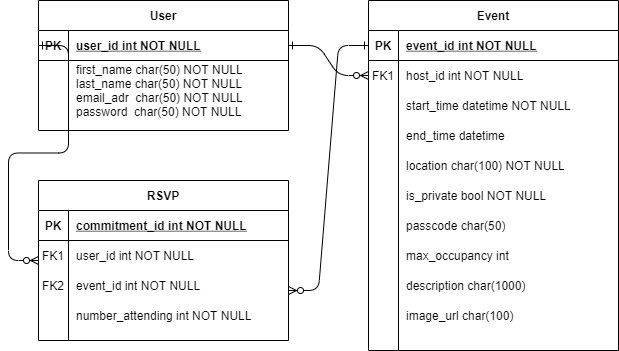
Above: docs/Entity Relationship Diagram.png in bentondavidl/Software-Engineering-MeetUp-Website (draw.io), before the change. Source tidied: cells renumbered, new cells last; positions are measured from the earlier drawing's top-left corner, leaving out a move shared by most shapes.
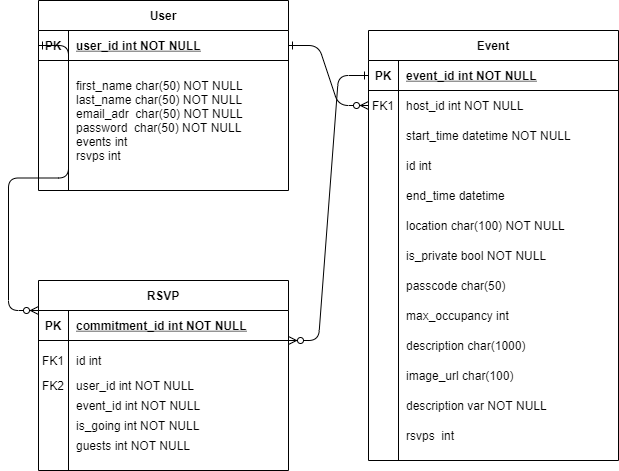
The same file after the commit.

The edit, as a diff of the source:
```diff
@@ -2,19 +2,19 @@
   <root>
     <mxCell id="0" />
     <mxCell id="1" parent="0" />
-    <mxCell id="2" style="edgeStyle=entityRelationEdgeStyle;endArrow=ERzeroToMany;startArrow=ERone;endFill=1;startFill=0;" parent="1" edge="1" source="14" target="7">
-      <mxGeometry relative="1" as="geometry" />
-    </mxCell>
+    <mxCell id="49" style="edgeStyle=entityRelationEdgeStyle;endArrow=ERzeroToMany;startArrow=ERone;endFill=1;startFill=0;" parent="1" edge="1" source="53" target="7">
+      <mxGeometry relative="1" as="geometry" />
+    </mxCell>
     <mxCell id="3" value="Event" style="shape=table;startSize=30;rowLines=0;fontStyle=1;align=center;" parent="1" vertex="1">
-      <mxGeometry x="330" width="250" height="350" as="geometry" />
+      <mxGeometry x="290" y="-70" width="250" height="430" as="geometry" />
     </mxCell>
-    <mxCell id="4" style="shape=partialRectangle;fillColor=none;points=[[0,0.5],[1,0.5]];portConstraint=eastwest;top=0;left=0;right=0;bottom=1;" parent="3" vertex="1">
-      <mxGeometry y="30" width="250" height="30" as="geometry" />
-    </mxCell>
-    <mxCell id="5" value="PK" style="shape=partialRectangle;overflow=hidden;fillColor=none;top=0;left=0;bottom=0;right=0;fontStyle=1;" parent="4" vertex="1">
-      <mxGeometry width="30" height="30" as="geometry" />
-    </mxCell>
+    <mxCell id="50" style="shape=partialRectangle;fillColor=none;points=[[0,0.5],[1,0.5]];portConstraint=eastwest;top=0;left=0;right=0;bottom=1;" parent="3" vertex="1">
+      <mxGeometry y="30" width="250" height="30" as="geometry" />
+    </mxCell>
+    <mxCell id="51" value="PK" style="shape=partialRectangle;overflow=hidden;fillColor=none;top=0;left=0;bottom=0;right=0;fontStyle=1;" parent="50" vertex="1">
+      <mxGeometry width="30" height="30" as="geometry" />
+    </mxCell>
-    <mxCell id="6" value="event_id int NOT NULL " style="shape=partialRectangle;overflow=hidden;fillColor=none;top=0;left=0;bottom=0;right=0;align=left;spacingLeft=6;fontStyle=5;" parent="4" vertex="1">
+    <mxCell id="6" value="event_id int NOT NULL " style="shape=partialRectangle;overflow=hidden;fillColor=none;top=0;left=0;bottom=0;right=0;align=left;spacingLeft=6;fontStyle=5;" parent="50" vertex="1">
       <mxGeometry x="30" width="220" height="30" as="geometry" />
     </mxCell>
     <mxCell id="7" style="shape=partialRectangle;fillColor=none;points=[[0,0.5],[1,0.5]];portConstraint=eastwest;top=0;left=0;right=0;bottom=0;" parent="3" vertex="1">
@@ -29,123 +29,141 @@
     <mxCell id="10" style="shape=partialRectangle;fillColor=none;top=0;left=0;right=0;bottom=0;" parent="3" vertex="1">
       <mxGeometry y="90" width="250" height="30" as="geometry" />
     </mxCell>
-    <mxCell id="11" style="shape=partialRectangle;overflow=hidden;fillColor=none;top=0;left=0;bottom=0;right=0;" parent="10" vertex="1">
-      <mxGeometry width="30" height="30" as="geometry" />
-    </mxCell>
+    <mxCell id="52" style="shape=partialRectangle;overflow=hidden;fillColor=none;top=0;left=0;bottom=0;right=0;" parent="10" vertex="1">
+      <mxGeometry width="30" height="30" as="geometry" />
+    </mxCell>
     <mxCell id="12" value="start_time datetime NOT NULL" style="shape=partialRectangle;overflow=hidden;fillColor=none;top=0;left=0;bottom=0;right=0;align=left;spacingLeft=6;" parent="10" vertex="1">
       <mxGeometry x="30" width="220" height="30" as="geometry" />
     </mxCell>
     <mxCell id="13" value="User" style="shape=table;startSize=30;rowLines=0;fontStyle=1;align=center;" parent="1" vertex="1">
-      <mxGeometry width="250" height="130" as="geometry" />
+      <mxGeometry x="-40" y="-100" width="250" height="190" as="geometry" />
     </mxCell>
-    <mxCell id="14" style="shape=partialRectangle;fillColor=none;points=[[0,0.5],[1,0.5]];portConstraint=eastwest;top=0;left=0;right=0;bottom=1;" parent="13" vertex="1">
-      <mxGeometry y="30" width="250" height="30" as="geometry" />
-    </mxCell>
-    <mxCell id="15" value="PK" style="shape=partialRectangle;overflow=hidden;fillColor=none;top=0;left=0;bottom=0;right=0;fontStyle=1;" parent="14" vertex="1">
-      <mxGeometry width="30" height="30" as="geometry" />
-    </mxCell>
+    <mxCell id="53" style="shape=partialRectangle;fillColor=none;points=[[0,0.5],[1,0.5]];portConstraint=eastwest;top=0;left=0;right=0;bottom=1;" parent="13" vertex="1">
+      <mxGeometry y="30" width="250" height="30" as="geometry" />
+    </mxCell>
+    <mxCell id="54" value="PK" style="shape=partialRectangle;overflow=hidden;fillColor=none;top=0;left=0;bottom=0;right=0;fontStyle=1;" parent="53" vertex="1">
+      <mxGeometry width="30" height="30" as="geometry" />
+    </mxCell>
-    <mxCell id="16" value="user_id int NOT NULL " style="shape=partialRectangle;overflow=hidden;fillColor=none;top=0;left=0;bottom=0;right=0;align=left;spacingLeft=6;fontStyle=5;" parent="14" vertex="1">
+    <mxCell id="16" value="user_id int NOT NULL " style="shape=partialRectangle;overflow=hidden;fillColor=none;top=0;left=0;bottom=0;right=0;align=left;spacingLeft=6;fontStyle=5;" parent="53" vertex="1">
       <mxGeometry x="30" width="220" height="30" as="geometry" />
     </mxCell>
-    <mxCell id="17" style="shape=partialRectangle;fillColor=none;top=0;left=0;right=0;bottom=0;" parent="13" vertex="1">
-      <mxGeometry y="60" width="250" height="60" as="geometry" />
-    </mxCell>
-    <mxCell id="18" style="shape=partialRectangle;overflow=hidden;fillColor=none;top=0;left=0;bottom=0;right=0;" parent="17" vertex="1">
-      <mxGeometry width="30" height="60" as="geometry" />
-    </mxCell>
-    <mxCell id="19" value="first_name char(50) NOT NULL&#10;last_name char(50) NOT NULL&#10;email_adr  char(50) NOT NULL&#10;password  char(50) NOT NULL" style="shape=partialRectangle;overflow=hidden;fillColor=none;top=0;left=0;bottom=0;right=0;align=left;spacingLeft=6;" parent="17" vertex="1">
-      <mxGeometry x="30" width="220" height="60" as="geometry" />
-    </mxCell>
-    <mxCell id="20" style="shape=partialRectangle;fillColor=none;top=0;left=0;right=0;bottom=0;" parent="1" vertex="1">
-      <mxGeometry x="330" y="120" width="250" height="30" as="geometry" />
-    </mxCell>
-    <mxCell id="21" style="shape=partialRectangle;overflow=hidden;fillColor=none;top=0;left=0;bottom=0;right=0;" parent="20" vertex="1">
-      <mxGeometry width="30" height="30" as="geometry" />
-    </mxCell>
+    <mxCell id="55" style="shape=partialRectangle;fillColor=none;top=0;left=0;right=0;bottom=0;" parent="13" vertex="1">
+      <mxGeometry y="60" width="250" height="120" as="geometry" />
+    </mxCell>
+    <mxCell id="56" style="shape=partialRectangle;overflow=hidden;fillColor=none;top=0;left=0;bottom=0;right=0;" parent="55" vertex="1">
+      <mxGeometry width="30" height="120" as="geometry" />
+    </mxCell>
+    <mxCell id="57" value="first_name char(50) NOT NULL&#10;last_name char(50) NOT NULL&#10;email_adr  char(50) NOT NULL&#10;password  char(50) NOT NULL&#10;events int&#10;rsvps int" style="shape=partialRectangle;overflow=hidden;fillColor=none;top=0;left=0;bottom=0;right=0;align=left;spacingLeft=6;" parent="55" vertex="1">
+      <mxGeometry x="30" width="220" height="120" as="geometry" />
+    </mxCell>
+    <mxCell id="58" style="shape=partialRectangle;fillColor=none;top=0;left=0;right=0;bottom=0;" parent="1" vertex="1">
+      <mxGeometry x="290" y="80" width="250" height="30" as="geometry" />
+    </mxCell>
+    <mxCell id="59" style="shape=partialRectangle;overflow=hidden;fillColor=none;top=0;left=0;bottom=0;right=0;" parent="58" vertex="1">
+      <mxGeometry width="30" height="30" as="geometry" />
+    </mxCell>
-    <mxCell id="22" value="end_time datetime" style="shape=partialRectangle;overflow=hidden;fillColor=none;top=0;left=0;bottom=0;right=0;align=left;spacingLeft=6;" parent="20" vertex="1">
+    <mxCell id="22" value="end_time datetime" style="shape=partialRectangle;overflow=hidden;fillColor=none;top=0;left=0;bottom=0;right=0;align=left;spacingLeft=6;" parent="58" vertex="1">
       <mxGeometry x="30" width="220" height="30" as="geometry" />
     </mxCell>
-    <mxCell id="23" style="shape=partialRectangle;fillColor=none;top=0;left=0;right=0;bottom=0;" parent="1" vertex="1">
-      <mxGeometry x="330" y="150" width="250" height="30" as="geometry" />
-    </mxCell>
-    <mxCell id="24" style="shape=partialRectangle;overflow=hidden;fillColor=none;top=0;left=0;bottom=0;right=0;" parent="23" vertex="1">
-      <mxGeometry width="30" height="30" as="geometry" />
-    </mxCell>
+    <mxCell id="60" style="shape=partialRectangle;fillColor=none;top=0;left=0;right=0;bottom=0;" parent="1" vertex="1">
+      <mxGeometry x="290" y="110" width="250" height="30" as="geometry" />
+    </mxCell>
+    <mxCell id="61" style="shape=partialRectangle;overflow=hidden;fillColor=none;top=0;left=0;bottom=0;right=0;" parent="60" vertex="1">
+      <mxGeometry width="30" height="30" as="geometry" />
+    </mxCell>
-    <mxCell id="25" value="location char(100) NOT NULL" style="shape=partialRectangle;overflow=hidden;fillColor=none;top=0;left=0;bottom=0;right=0;align=left;spacingLeft=6;" parent="23" vertex="1">
+    <mxCell id="25" value="location char(100) NOT NULL" style="shape=partialRectangle;overflow=hidden;fillColor=none;top=0;left=0;bottom=0;right=0;align=left;spacingLeft=6;" parent="60" vertex="1">
       <mxGeometry x="30" width="220" height="30" as="geometry" />
     </mxCell>
-    <mxCell id="26" style="shape=partialRectangle;fillColor=none;top=0;left=0;right=0;bottom=0;" parent="1" vertex="1">
-      <mxGeometry x="330" y="180" width="250" height="30" as="geometry" />
-    </mxCell>
-    <mxCell id="27" style="shape=partialRectangle;overflow=hidden;fillColor=none;top=0;left=0;bottom=0;right=0;" parent="26" vertex="1">
-      <mxGeometry width="30" height="30" as="geometry" />
-    </mxCell>
+    <mxCell id="62" style="shape=partialRectangle;fillColor=none;top=0;left=0;right=0;bottom=0;" parent="1" vertex="1">
+      <mxGeometry x="290" y="140" width="250" height="30" as="geometry" />
+    </mxCell>
+    <mxCell id="63" style="shape=partialRectangle;overflow=hidden;fillColor=none;top=0;left=0;bottom=0;right=0;" parent="62" vertex="1">
+      <mxGeometry width="30" height="30" as="geometry" />
+    </mxCell>
-    <mxCell id="28" value="is_private bool NOT NULL" style="shape=partialRectangle;overflow=hidden;fillColor=none;top=0;left=0;bottom=0;right=0;align=left;spacingLeft=6;" parent="26" vertex="1">
+    <mxCell id="28" value="is_private bool NOT NULL" style="shape=partialRectangle;overflow=hidden;fillColor=none;top=0;left=0;bottom=0;right=0;align=left;spacingLeft=6;" parent="62" vertex="1">
       <mxGeometry x="30" width="220" height="30" as="geometry" />
     </mxCell>
-    <mxCell id="29" style="shape=partialRectangle;fillColor=none;top=0;left=0;right=0;bottom=0;" parent="1" vertex="1">
-      <mxGeometry x="330" y="210" width="250" height="30" as="geometry" />
-    </mxCell>
-    <mxCell id="30" style="shape=partialRectangle;overflow=hidden;fillColor=none;top=0;left=0;bottom=0;right=0;" parent="29" vertex="1">
-      <mxGeometry width="30" height="30" as="geometry" />
-    </mxCell>
+    <mxCell id="64" style="shape=partialRectangle;fillColor=none;top=0;left=0;right=0;bottom=0;" parent="1" vertex="1">
+      <mxGeometry x="290" y="170" width="250" height="30" as="geometry" />
+    </mxCell>
+    <mxCell id="65" style="shape=partialRectangle;overflow=hidden;fillColor=none;top=0;left=0;bottom=0;right=0;" parent="64" vertex="1">
+      <mxGeometry width="30" height="30" as="geometry" />
+    </mxCell>
-    <mxCell id="31" value="passcode char(50) " style="shape=partialRectangle;overflow=hidden;fillColor=none;top=0;left=0;bottom=0;right=0;align=left;spacingLeft=6;" parent="29" vertex="1">
+    <mxCell id="31" value="passcode char(50) " style="shape=partialRectangle;overflow=hidden;fillColor=none;top=0;left=0;bottom=0;right=0;align=left;spacingLeft=6;" parent="64" vertex="1">
       <mxGeometry x="30" width="220" height="30" as="geometry" />
     </mxCell>
     <mxCell id="32" value="max_occupancy int" style="shape=partialRectangle;overflow=hidden;fillColor=none;top=0;left=0;bottom=0;right=0;align=left;spacingLeft=6;" parent="1" vertex="1">
-      <mxGeometry x="360" y="240" width="220" height="30" as="geometry" />
+      <mxGeometry x="320" y="200" width="220" height="30" as="geometry" />
     </mxCell>
     <mxCell id="33" value="description char(1000)" style="shape=partialRectangle;overflow=hidden;fillColor=none;top=0;left=0;bottom=0;right=0;align=left;spacingLeft=6;" parent="1" vertex="1">
-      <mxGeometry x="360" y="270" width="220" height="30" as="geometry" />
+      <mxGeometry x="320" y="230" width="220" height="30" as="geometry" />
     </mxCell>
     <mxCell id="34" value="image_url char(100)" style="shape=partialRectangle;overflow=hidden;fillColor=none;top=0;left=0;bottom=0;right=0;align=left;spacingLeft=6;" parent="1" vertex="1">
-      <mxGeometry x="360" y="300" width="220" height="30" as="geometry" />
+      <mxGeometry x="320" y="260" width="220" height="30" as="geometry" />
     </mxCell>
     <mxCell id="35" value="RSVP" style="shape=table;startSize=30;rowLines=0;fontStyle=1;align=center;" parent="1" vertex="1">
-      <mxGeometry y="180" width="250" height="160" as="geometry" />
+      <mxGeometry x="-40" y="180" width="250" height="190" as="geometry" />
     </mxCell>
-    <mxCell id="36" style="shape=partialRectangle;fillColor=none;top=0;left=0;right=0;bottom=1;" parent="35" vertex="1">
-      <mxGeometry y="30" width="250" height="30" as="geometry" />
-    </mxCell>
-    <mxCell id="37" value="PK" style="shape=partialRectangle;overflow=hidden;fillColor=none;top=0;left=0;bottom=0;right=0;fontStyle=1;" parent="36" vertex="1">
-      <mxGeometry width="30" height="30" as="geometry" />
-    </mxCell>
+    <mxCell id="66" style="shape=partialRectangle;fillColor=none;top=0;left=0;right=0;bottom=1;" parent="35" vertex="1">
+      <mxGeometry y="30" width="250" height="30" as="geometry" />
+    </mxCell>
+    <mxCell id="67" value="PK" style="shape=partialRectangle;overflow=hidden;fillColor=none;top=0;left=0;bottom=0;right=0;fontStyle=1;" parent="66" vertex="1">
+      <mxGeometry width="30" height="30" as="geometry" />
+    </mxCell>
-    <mxCell id="38" value="commitment_id int NOT NULL " style="shape=partialRectangle;overflow=hidden;fillColor=none;top=0;left=0;bottom=0;right=0;align=left;spacingLeft=6;fontStyle=5;" parent="36" vertex="1">
+    <mxCell id="38" value="commitment_id int NOT NULL " style="shape=partialRectangle;overflow=hidden;fillColor=none;top=0;left=0;bottom=0;right=0;align=left;spacingLeft=6;fontStyle=5;" parent="66" vertex="1">
       <mxGeometry x="30" width="220" height="30" as="geometry" />
     </mxCell>
-    <mxCell id="39" style="shape=partialRectangle;fillColor=none;top=0;left=0;right=0;bottom=0;" parent="35" vertex="1">
-      <mxGeometry y="60" width="250" height="60" as="geometry" />
-    </mxCell>
-    <mxCell id="40" style="shape=partialRectangle;overflow=hidden;fillColor=none;top=0;left=0;bottom=0;right=0;" parent="39" vertex="1">
-      <mxGeometry width="30" height="60" as="geometry" />
-    </mxCell>
+    <mxCell id="68" style="shape=partialRectangle;fillColor=none;top=0;left=0;right=0;bottom=0;" parent="35" vertex="1">
+      <mxGeometry y="60" width="250" height="60" as="geometry" />
+    </mxCell>
+    <mxCell id="69" style="shape=partialRectangle;overflow=hidden;fillColor=none;top=0;left=0;bottom=0;right=0;" parent="68" vertex="1">
+      <mxGeometry width="30" height="60" as="geometry" />
+    </mxCell>
-    <mxCell id="41" style="shape=partialRectangle;overflow=hidden;fillColor=none;top=0;left=0;bottom=0;right=0;align=left;spacingLeft=6;" parent="39" vertex="1">
+    <mxCell id="41" style="shape=partialRectangle;overflow=hidden;fillColor=none;top=0;left=0;bottom=0;right=0;align=left;spacingLeft=6;" parent="68" vertex="1">
       <mxGeometry x="30" width="220" height="60" as="geometry" />
     </mxCell>
     <mxCell id="42" value="FK1" style="shape=partialRectangle;overflow=hidden;fillColor=none;top=0;left=0;bottom=0;right=0;" parent="1" vertex="1">
-      <mxGeometry y="240" width="30" height="30" as="geometry" />
+      <mxGeometry x="-40" y="245" width="30" height="30" as="geometry" />
     </mxCell>
     <mxCell id="43" value="user_id int NOT NULL" style="shape=partialRectangle;overflow=hidden;fillColor=none;top=0;left=0;bottom=0;right=0;align=left;spacingLeft=6;" parent="1" vertex="1">
-      <mxGeometry x="30" y="240" width="220" height="30" as="geometry" />
+      <mxGeometry x="-10" y="270" width="220" height="30" as="geometry" />
     </mxCell>
     <mxCell id="44" value="FK2" style="shape=partialRectangle;overflow=hidden;fillColor=none;top=0;left=0;bottom=0;right=0;" parent="1" vertex="1">
-      <mxGeometry y="270" width="30" height="30" as="geometry" />
+      <mxGeometry x="-40" y="270" width="30" height="30" as="geometry" />
     </mxCell>
     <mxCell id="45" value="event_id int NOT NULL" style="shape=partialRectangle;overflow=hidden;fillColor=none;top=0;left=0;bottom=0;right=0;align=left;spacingLeft=6;" parent="1" vertex="1">
-      <mxGeometry x="30" y="270" width="220" height="30" as="geometry" />
+      <mxGeometry x="-10" y="290" width="220" height="30" as="geometry" />
     </mxCell>
-    <mxCell id="46" value="number_attending int NOT NULL" style="shape=partialRectangle;overflow=hidden;fillColor=none;top=0;left=0;bottom=0;right=0;align=left;spacingLeft=6;" parent="1" vertex="1">
-      <mxGeometry x="30" y="300" width="220" height="30" as="geometry" />
-    </mxCell>
-    <mxCell id="47" style="edgeStyle=entityRelationEdgeStyle;endArrow=ERone;startArrow=ERzeroToMany;endFill=0;startFill=1;entryX=0;entryY=0.5;entryDx=0;entryDy=0;" parent="1" edge="1" target="4">
-      <mxGeometry relative="1" as="geometry">
-        <mxPoint x="250" y="290" as="sourcePoint" />
-      </mxGeometry>
-    </mxCell>
-    <mxCell id="48" style="edgeStyle=entityRelationEdgeStyle;endArrow=ERzeroToMany;startArrow=ERone;endFill=1;startFill=0;exitX=0;exitY=0.5;exitDx=0;exitDy=0;rounded=1;" parent="1" edge="1" source="14">
-      <mxGeometry relative="1" as="geometry">
-        <mxPoint y="260" as="targetPoint" />
-      </mxGeometry>
-    </mxCell>
+    <mxCell id="70" style="shape=partialRectangle;overflow=hidden;fillColor=none;top=0;left=0;bottom=0;right=0;align=left;spacingLeft=6;" parent="1" vertex="1">
+      <mxGeometry x="-10" y="310" width="220" height="30" as="geometry" />
+    </mxCell>
+    <mxCell id="71" style="edgeStyle=entityRelationEdgeStyle;endArrow=ERone;startArrow=ERzeroToMany;endFill=0;startFill=1;entryX=0;entryY=0.5;entryDx=0;entryDy=0;" parent="1" edge="1" target="50">
+      <mxGeometry relative="1" as="geometry">
+        <mxPoint x="210" y="240" as="sourcePoint" />
+      </mxGeometry>
+    </mxCell>
+    <mxCell id="72" style="edgeStyle=entityRelationEdgeStyle;endArrow=ERzeroToMany;startArrow=ERone;endFill=1;startFill=0;exitX=0;exitY=0.5;exitDx=0;exitDy=0;rounded=1;" parent="1" edge="1" source="53">
+      <mxGeometry relative="1" as="geometry">
+        <mxPoint x="-40" y="210" as="targetPoint" />
+      </mxGeometry>
+    </mxCell>
+    <mxCell id="73" value="id int" style="shape=partialRectangle;overflow=hidden;fillColor=none;top=0;left=0;bottom=0;right=0;align=left;spacingLeft=6;" parent="1" vertex="1">
+      <mxGeometry x="320" y="50" width="220" height="30" as="geometry" />
+    </mxCell>
+    <mxCell id="74" value="description var NOT NULL" style="shape=partialRectangle;overflow=hidden;fillColor=none;top=0;left=0;bottom=0;right=0;align=left;spacingLeft=6;" parent="1" vertex="1">
+      <mxGeometry x="320" y="290" width="220" height="30" as="geometry" />
+    </mxCell>
+    <mxCell id="75" value="rsvps  int" style="shape=partialRectangle;overflow=hidden;fillColor=none;top=0;left=0;bottom=0;right=0;align=left;spacingLeft=6;" parent="1" vertex="1">
+      <mxGeometry x="320" y="320" width="220" height="30" as="geometry" />
+    </mxCell>
+    <mxCell id="76" value="is_going int NOT NULL" style="shape=partialRectangle;overflow=hidden;fillColor=none;top=0;left=0;bottom=0;right=0;align=left;spacingLeft=6;" parent="1" vertex="1">
+      <mxGeometry x="-10" y="310" width="220" height="30" as="geometry" />
+    </mxCell>
+    <mxCell id="77" value="id int " style="shape=partialRectangle;overflow=hidden;fillColor=none;top=0;left=0;bottom=0;right=0;align=left;spacingLeft=6;" parent="1" vertex="1">
+      <mxGeometry x="-10" y="245" width="220" height="30" as="geometry" />
+    </mxCell>
+    <mxCell id="78" value="guests int NOT NULL" style="shape=partialRectangle;overflow=hidden;fillColor=none;top=0;left=0;bottom=0;right=0;align=left;spacingLeft=6;" parent="1" vertex="1">
+      <mxGeometry x="-10" y="330" width="220" height="30" as="geometry" />
+    </mxCell>
   </root>
 </mxGraphModel>
```
